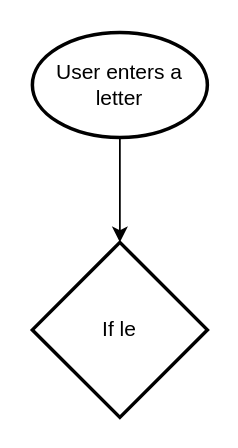
Above: Hangman_flowchart.drawio in seyiadesigbin/draw.io (draw.io), before the change. Source tidied: cells renumbered, new cells numbered last; positions are measured from the earlier drawing's top-left corner, leaving out a move shared by most shapes. Both pictures are drawn from the tidied source at 175%, with x=0, y=0 at pixel (32, 32).
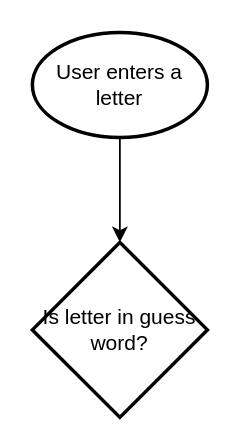
Above is the later version.

Diff of the diagram source:
```diff
@@
 <mxGraphModel>
   <root>
     <mxCell id="0" />
     <mxCell id="1" parent="0" />
     <mxCell id="2" style="edgeStyle=orthogonalEdgeStyle;rounded=0;jettySize=auto;html=1;" parent="1" edge="1" source="3" target="4">
       <mxGeometry relative="1" as="geometry" />
     </mxCell>
     <mxCell id="3" value="User enters a letter" style="strokeWidth=2;html=1;shape=mxgraph.flowchart.start_1;whiteSpace=wrap;" parent="1" vertex="1">
       <mxGeometry width="100" height="60" as="geometry" />
     </mxCell>
-    <mxCell id="4" value="If le" style="strokeWidth=2;html=1;shape=mxgraph.flowchart.decision;whiteSpace=wrap;" parent="1" vertex="1">
+    <mxCell id="4" value="Is letter in guess word?" style="strokeWidth=2;html=1;shape=mxgraph.flowchart.decision;whiteSpace=wrap;" parent="1" vertex="1">
       <mxGeometry y="120" width="100" height="100" as="geometry" />
     </mxCell>
   </root>
 </mxGraphModel>
```
